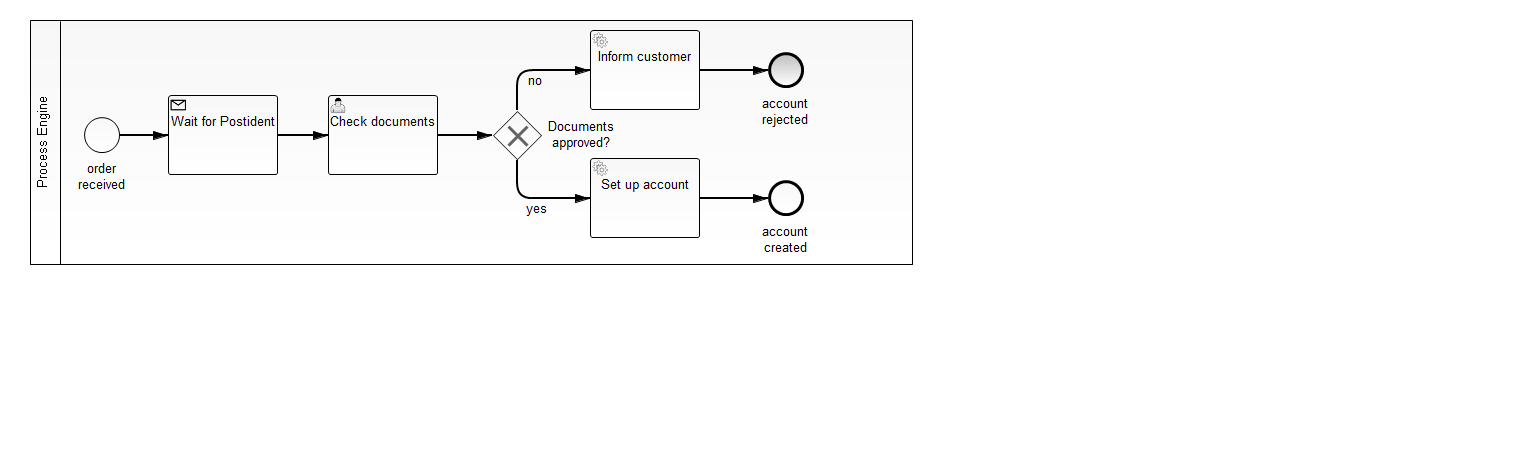
The BPMN diagram bank-account-opening-camel/src/main/resources/open-account.png in camunda-consulting/camunda-7-code-examples, before a commit. Its source is kept beside it as bank-account-opening-camel/src/main/resources/open-account.bpmn. Ids are renumbered.
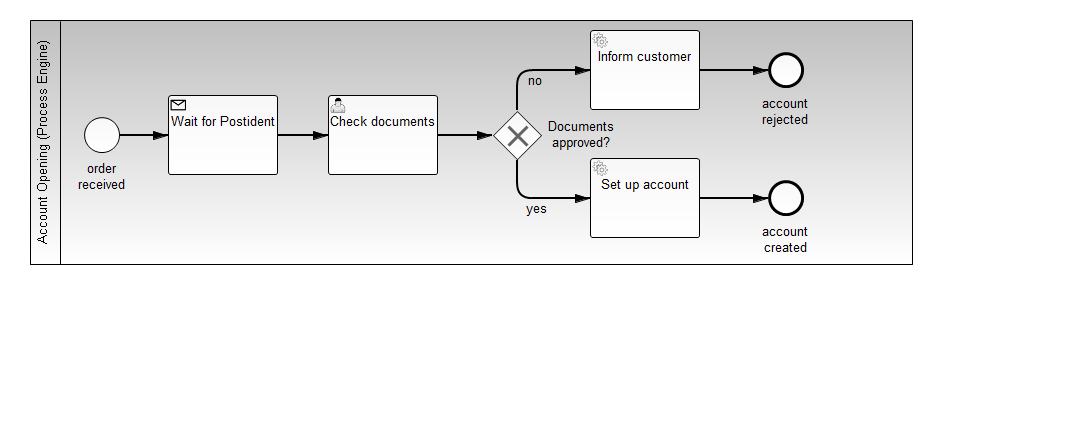
Later version of the same file.

What changed in the source:
```diff
@@ -1,8 +1,8 @@
 <bpmn2:definitions xmlns:xsi="http://www.w3.org/2001/XMLSchema-instance" xmlns:activiti="http://activiti.org/bpmn" xmlns:bpmn2="http://www.omg.org/spec/BPMN/20100524/MODEL" xmlns:bpmndi="http://www.omg.org/spec/BPMN/20100524/DI" xmlns:dc="http://www.omg.org/spec/DD/20100524/DC" xmlns:di="http://www.omg.org/spec/DD/20100524/DI" xsi:schemaLocation="http://www.omg.org/spec/BPMN/20100524/MODEL BPMN20.xsd" id="Definitions_1" targetNamespace="http://activiti.org/bpmn">
   <bpmn2:collaboration id="Collaboration_1" name="Default Collaboration">
-    <bpmn2:participant id="process_engine" name="Process Engine" processRef="open-account"/>
+    <bpmn2:participant id="process_engine" name="Account Opening (Process Engine)" processRef="open-account"/>
   </bpmn2:collaboration>
-  <bpmn2:process id="open-account" name="Open Account" isExecutable="true">
+  <bpmn2:process id="open-account" name="Account Opening (Camel)" isExecutable="true">
     <bpmn2:startEvent id="order_received" name="order&#xD;&#xA;received">
       <bpmn2:outgoing>SequenceFlow_1</bpmn2:outgoing>
     </bpmn2:startEvent>
```
